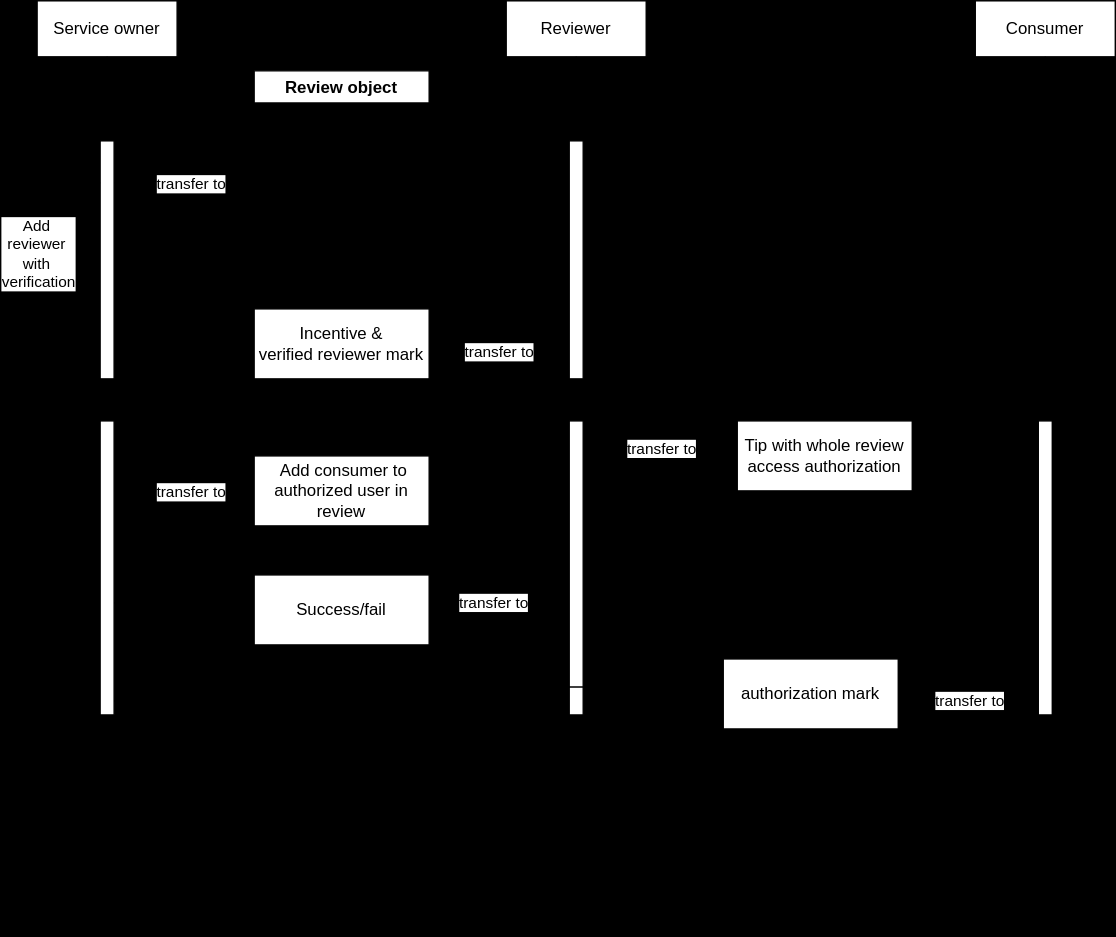
Before: Seq Diagram-none use escrow.drawio.svg, a diagram exported from draw.io (devan-ko/rating_poc). Source tidied: cells renumbered, new cells last; positions are measured from the earlier drawing's top-left corner, leaving out a move shared by most shapes.
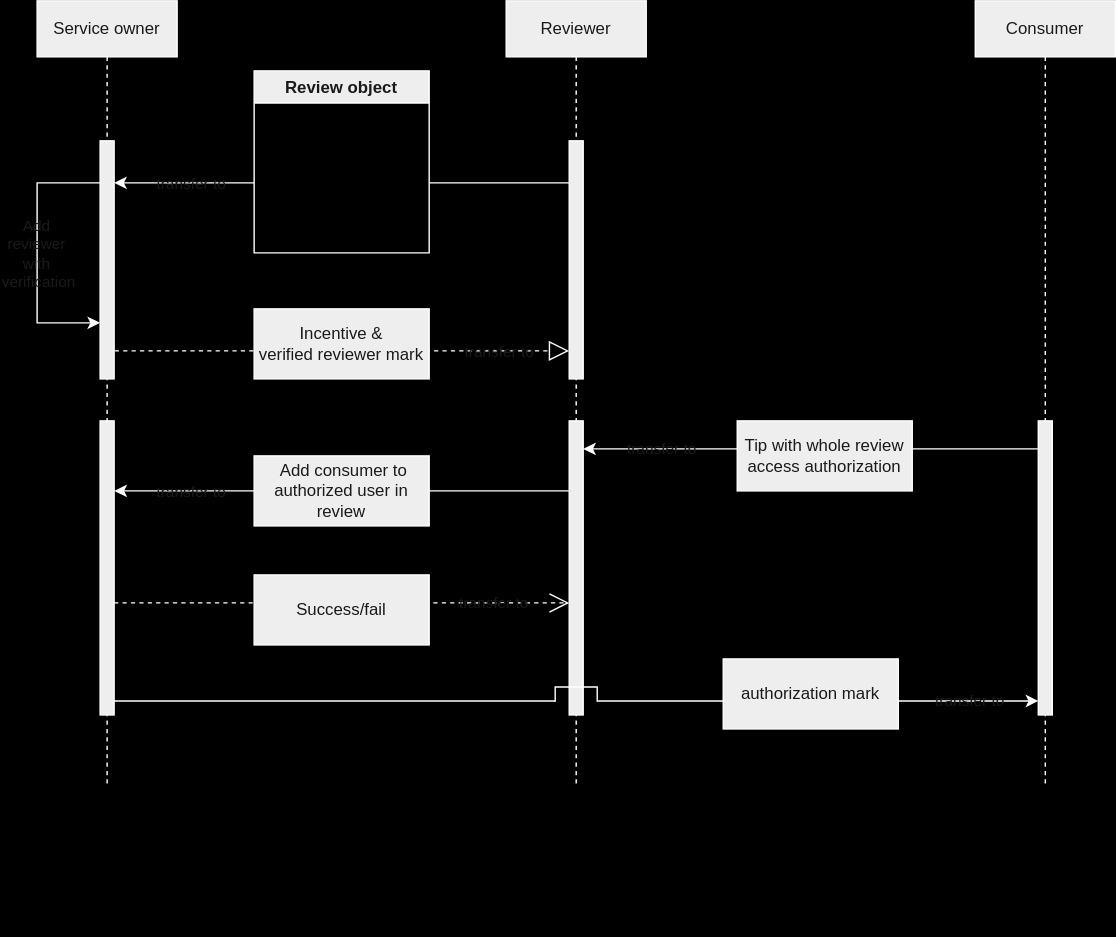
After the change.

Diff of the diagram source:
```diff
@@ -2,93 +2,93 @@
   <root>
     <mxCell id="0" />
     <mxCell id="1" parent="0" />
-    <mxCell id="2" style="endArrow=block;dashed=1;endFill=0;endSize=12;html=1;rounded=0;jumpStyle=none;jumpSize=0;" parent="1" edge="1" source="3">
+    <mxCell id="2" style="endArrow=block;dashed=1;endFill=0;endSize=12;html=1;rounded=0;jumpStyle=none;jumpSize=0;labelBackgroundColor=none;strokeColor=#FFFFFF;fontColor=default;" parent="1" edge="1" source="3">
       <mxGeometry relative="1" as="geometry">
         <mxPoint x="380" y="250" as="targetPoint" />
       </mxGeometry>
     </mxCell>
-    <mxCell id="3" value="Service owner" style="shape=umlLifeline;perimeter=lifelinePerimeter;whiteSpace=wrap;html=1;outlineConnect=0;portConstraint=eastwest;newEdgeStyle={&quot;edgeStyle&quot;:&quot;elbowEdgeStyle&quot;,&quot;elbow&quot;:&quot;vertical&quot;,&quot;curved&quot;:0,&quot;rounded&quot;:0};" parent="1" vertex="1">
+    <mxCell id="3" value="Service owner" style="shape=umlLifeline;perimeter=lifelinePerimeter;whiteSpace=wrap;html=1;outlineConnect=0;portConstraint=eastwest;newEdgeStyle={&quot;edgeStyle&quot;:&quot;elbowEdgeStyle&quot;,&quot;elbow&quot;:&quot;vertical&quot;,&quot;curved&quot;:0,&quot;rounded&quot;:0};labelBackgroundColor=none;fillColor=#EEEEEE;strokeColor=#FFFFFF;fontColor=#1A1A1A;" parent="1" vertex="1">
       <mxGeometry width="100" height="560" as="geometry" />
     </mxCell>
-    <mxCell id="4" style="html=1;points=[[0,0,0,0,5],[0,1,0,0,-5],[1,0,0,0,5],[1,1,0,0,-5]];perimeter=orthogonalPerimeter;outlineConnect=0;targetShapes=umlLifeline;portConstraint=eastwest;newEdgeStyle={&quot;curved&quot;:0,&quot;rounded&quot;:0};" parent="3" vertex="1">
+    <mxCell id="4" style="html=1;points=[[0,0,0,0,5],[0,1,0,0,-5],[1,0,0,0,5],[1,1,0,0,-5]];perimeter=orthogonalPerimeter;outlineConnect=0;targetShapes=umlLifeline;portConstraint=eastwest;newEdgeStyle={&quot;curved&quot;:0,&quot;rounded&quot;:0};labelBackgroundColor=none;fillColor=#EEEEEE;strokeColor=#FFFFFF;fontColor=#1A1A1A;" parent="3" vertex="1">
       <mxGeometry x="45" y="100" width="10" height="170" as="geometry" />
     </mxCell>
-    <mxCell id="5" style="html=1;perimeter=orthogonalPerimeter;targetShapes=umlLifeline;newEdgeStyle={&quot;curved&quot;:0,&quot;rounded&quot;:0};" parent="3" vertex="1">
+    <mxCell id="5" style="html=1;perimeter=orthogonalPerimeter;targetShapes=umlLifeline;newEdgeStyle={&quot;curved&quot;:0,&quot;rounded&quot;:0};labelBackgroundColor=none;fillColor=#EEEEEE;strokeColor=#FFFFFF;fontColor=#1A1A1A;" parent="3" vertex="1">
       <mxGeometry x="45" y="300" width="10" height="210" as="geometry" />
     </mxCell>
-    <mxCell id="6" value="Consumer" style="shape=umlLifeline;perimeter=lifelinePerimeter;whiteSpace=wrap;html=1;newEdgeStyle={&quot;edgeStyle&quot;:&quot;elbowEdgeStyle&quot;,&quot;elbow&quot;:&quot;vertical&quot;,&quot;curved&quot;:0,&quot;rounded&quot;:0};" parent="1" vertex="1">
+    <mxCell id="6" value="Consumer" style="shape=umlLifeline;perimeter=lifelinePerimeter;whiteSpace=wrap;html=1;newEdgeStyle={&quot;edgeStyle&quot;:&quot;elbowEdgeStyle&quot;,&quot;elbow&quot;:&quot;vertical&quot;,&quot;curved&quot;:0,&quot;rounded&quot;:0};labelBackgroundColor=none;fillColor=#EEEEEE;strokeColor=#FFFFFF;fontColor=#1A1A1A;" parent="1" vertex="1">
       <mxGeometry x="670" width="100" height="560" as="geometry" />
     </mxCell>
-    <mxCell id="7" style="html=1;perimeter=orthogonalPerimeter;targetShapes=umlLifeline;newEdgeStyle={&quot;curved&quot;:0,&quot;rounded&quot;:0};" parent="6" vertex="1">
+    <mxCell id="7" style="html=1;perimeter=orthogonalPerimeter;targetShapes=umlLifeline;newEdgeStyle={&quot;curved&quot;:0,&quot;rounded&quot;:0};labelBackgroundColor=none;fillColor=#EEEEEE;strokeColor=#FFFFFF;fontColor=#1A1A1A;" parent="6" vertex="1">
       <mxGeometry x="45" y="300" width="10" height="210" as="geometry" />
     </mxCell>
-    <mxCell id="8" style="endArrow=none;html=1;rounded=0;jumpStyle=none;jumpSize=0;" parent="1" edge="1">
+    <mxCell id="8" style="endArrow=none;html=1;rounded=0;jumpStyle=none;jumpSize=0;labelBackgroundColor=none;strokeColor=#FFFFFF;fontColor=default;" parent="1" edge="1">
       <mxGeometry relative="1" as="geometry">
         <mxPoint x="280" y="130" as="sourcePoint" />
         <mxPoint x="380" y="130" as="targetPoint" />
       </mxGeometry>
     </mxCell>
-    <mxCell id="9" value="Review object" style="swimlane;whiteSpace=wrap;html=1;" parent="1" vertex="1">
+    <mxCell id="9" value="Review object" style="swimlane;whiteSpace=wrap;html=1;labelBackgroundColor=none;fillColor=#EEEEEE;strokeColor=#FFFFFF;fontColor=#1A1A1A;" parent="1" vertex="1">
       <mxGeometry x="155" y="50" width="125" height="130" as="geometry" />
     </mxCell>
-    <mxCell id="10" style="endArrow=classic;html=1;rounded=0;jumpStyle=none;jumpSize=0;" parent="9" edge="1" target="4">
+    <mxCell id="10" style="endArrow=classic;html=1;rounded=0;jumpStyle=none;jumpSize=0;labelBackgroundColor=none;strokeColor=#FFFFFF;fontColor=default;" parent="9" edge="1" target="4">
       <mxGeometry relative="1" as="geometry">
         <mxPoint y="80" as="sourcePoint" />
       </mxGeometry>
     </mxCell>
-    <mxCell id="11" value="transfer to" style="edgeLabel;html=1;align=center;verticalAlign=middle;" parent="10" vertex="1">
+    <mxCell id="11" value="transfer to" style="edgeLabel;html=1;align=center;verticalAlign=middle;labelBackgroundColor=none;fontColor=#1A1A1A;" parent="10" vertex="1">
       <mxGeometry x="0.11" y="3" relative="1" as="geometry">
         <mxPoint x="10" y="-3" as="offset" />
       </mxGeometry>
     </mxCell>
-    <mxCell id="12" value="Incentive &amp;amp;&lt;br&gt;verified reviewer mark" style="html=1;whiteSpace=wrap;" parent="1" vertex="1">
+    <mxCell id="12" value="Incentive &amp;amp;&lt;br&gt;verified reviewer mark" style="html=1;whiteSpace=wrap;labelBackgroundColor=none;fillColor=#EEEEEE;strokeColor=#FFFFFF;fontColor=#1A1A1A;" parent="1" vertex="1">
       <mxGeometry x="155" y="220" width="125" height="50" as="geometry" />
     </mxCell>
-    <mxCell id="13" style="endArrow=classic;html=1;rounded=0;jumpStyle=none;jumpSize=0;" parent="1" edge="1">
+    <mxCell id="13" style="endArrow=classic;html=1;rounded=0;jumpStyle=none;jumpSize=0;labelBackgroundColor=none;strokeColor=#FFFFFF;fontColor=default;" parent="1" edge="1">
       <mxGeometry relative="1" as="geometry">
         <mxPoint x="714.7" y="320" as="sourcePoint" />
         <mxPoint x="390" y="320" as="targetPoint" />
       </mxGeometry>
     </mxCell>
-    <mxCell id="14" style="endArrow=classic;html=1;rounded=0;jumpStyle=none;jumpSize=0;" parent="1" edge="1">
+    <mxCell id="14" style="endArrow=classic;html=1;rounded=0;jumpStyle=none;jumpSize=0;labelBackgroundColor=none;strokeColor=#FFFFFF;fontColor=default;" parent="1" edge="1">
       <mxGeometry relative="1" as="geometry">
         <mxPoint x="379.9" y="350" as="sourcePoint" />
         <mxPoint x="55.1" y="350" as="targetPoint" />
       </mxGeometry>
     </mxCell>
-    <mxCell id="15" style="endArrow=open;endSize=12;dashed=1;html=1;rounded=0;jumpStyle=none;jumpSize=0;" parent="1" edge="1">
+    <mxCell id="15" style="endArrow=open;endSize=12;dashed=1;html=1;rounded=0;jumpStyle=none;jumpSize=0;labelBackgroundColor=none;strokeColor=#FFFFFF;fontColor=default;" parent="1" edge="1">
       <mxGeometry relative="1" as="geometry">
         <mxPoint x="55" y="430" as="sourcePoint" />
         <mxPoint x="380" y="430" as="targetPoint" />
       </mxGeometry>
     </mxCell>
-    <mxCell id="16" style="endArrow=classic;html=1;rounded=0;jumpStyle=arc;jumpSize=30;" parent="1" edge="1">
+    <mxCell id="16" style="endArrow=classic;html=1;rounded=0;jumpStyle=arc;jumpSize=30;labelBackgroundColor=none;strokeColor=#FFFFFF;fontColor=default;" parent="1" edge="1">
       <mxGeometry relative="1" as="geometry">
         <mxPoint x="50" y="660" as="sourcePoint" />
         <mxPoint x="50" y="660" as="targetPoint" />
       </mxGeometry>
     </mxCell>
-    <mxCell id="17" value="Reviewer" style="shape=umlLifeline;perimeter=lifelinePerimeter;whiteSpace=wrap;html=1;newEdgeStyle={&quot;edgeStyle&quot;:&quot;elbowEdgeStyle&quot;,&quot;elbow&quot;:&quot;vertical&quot;,&quot;curved&quot;:0,&quot;rounded&quot;:0};strokeOpacity=100;" parent="1" vertex="1">
+    <mxCell id="17" value="Reviewer" style="shape=umlLifeline;perimeter=lifelinePerimeter;whiteSpace=wrap;html=1;newEdgeStyle={&quot;edgeStyle&quot;:&quot;elbowEdgeStyle&quot;,&quot;elbow&quot;:&quot;vertical&quot;,&quot;curved&quot;:0,&quot;rounded&quot;:0};strokeOpacity=100;labelBackgroundColor=none;fillColor=#EEEEEE;strokeColor=#FFFFFF;fontColor=#1A1A1A;" parent="1" vertex="1">
       <mxGeometry x="335" width="100" height="560" as="geometry" />
     </mxCell>
-    <mxCell id="18" style="html=1;perimeter=orthogonalPerimeter;targetShapes=umlLifeline;newEdgeStyle={&quot;curved&quot;:0,&quot;rounded&quot;:0};" parent="17" vertex="1">
+    <mxCell id="18" style="html=1;perimeter=orthogonalPerimeter;targetShapes=umlLifeline;newEdgeStyle={&quot;curved&quot;:0,&quot;rounded&quot;:0};labelBackgroundColor=none;fillColor=#EEEEEE;strokeColor=#FFFFFF;fontColor=#1A1A1A;" parent="17" vertex="1">
       <mxGeometry x="45" y="100" width="10" height="170" as="geometry" />
     </mxCell>
-    <mxCell id="19" style="html=1;perimeter=orthogonalPerimeter;targetShapes=umlLifeline;newEdgeStyle={&quot;curved&quot;:0,&quot;rounded&quot;:0};" parent="17" vertex="1">
+    <mxCell id="19" style="html=1;perimeter=orthogonalPerimeter;targetShapes=umlLifeline;newEdgeStyle={&quot;curved&quot;:0,&quot;rounded&quot;:0};labelBackgroundColor=none;fillColor=#EEEEEE;strokeColor=#FFFFFF;fontColor=#1A1A1A;" parent="17" vertex="1">
       <mxGeometry x="45" y="300" width="10" height="210" as="geometry" />
     </mxCell>
-    <mxCell id="20" value="transfer to" style="edgeLabel;html=1;align=center;verticalAlign=middle;" parent="1" vertex="1">
+    <mxCell id="20" value="transfer to" style="edgeLabel;html=1;align=center;verticalAlign=middle;labelBackgroundColor=none;fontColor=#1A1A1A;" parent="1" vertex="1">
       <mxGeometry x="330" y="250" as="geometry" />
     </mxCell>
-    <mxCell id="21" value="transfer to" style="edgeLabel;html=1;align=center;verticalAlign=middle;" parent="1" vertex="1">
+    <mxCell id="21" value="transfer to" style="edgeLabel;html=1;align=center;verticalAlign=middle;labelBackgroundColor=none;fontColor=#1A1A1A;" parent="1" vertex="1">
       <mxGeometry x="110" y="350" as="geometry" />
     </mxCell>
-    <mxCell id="22" value="transfer to" style="edgeLabel;html=1;align=center;verticalAlign=middle;" parent="1" vertex="1">
+    <mxCell id="22" value="transfer to" style="edgeLabel;html=1;align=center;verticalAlign=middle;labelBackgroundColor=none;fontColor=#1A1A1A;" parent="1" vertex="1">
       <mxGeometry x="130" y="360" as="geometry">
         <mxPoint x="316" y="-41" as="offset" />
       </mxGeometry>
     </mxCell>
-    <mxCell id="23" style="endArrow=classic;html=1;rounded=0;" parent="1" edge="1" target="4">
+    <mxCell id="23" style="endArrow=classic;html=1;rounded=0;labelBackgroundColor=none;strokeColor=#FFFFFF;fontColor=default;" parent="1" edge="1" target="4">
       <mxGeometry relative="1" as="geometry">
         <mxPoint x="45" y="130" as="sourcePoint" />
         <Array as="points">
@@ -104,45 +104,45 @@
         </Array>
       </mxGeometry>
     </mxCell>
-    <mxCell id="24" value="Add&amp;nbsp;&lt;br&gt;reviewer&amp;nbsp;&lt;br&gt;with&amp;nbsp;&lt;br&gt;verification" style="edgeLabel;html=1;align=center;verticalAlign=middle;" parent="23" vertex="1">
+    <mxCell id="24" value="Add&amp;nbsp;&lt;br&gt;reviewer&amp;nbsp;&lt;br&gt;with&amp;nbsp;&lt;br&gt;verification" style="edgeLabel;html=1;align=center;verticalAlign=middle;labelBackgroundColor=none;fontColor=#1A1A1A;" parent="23" vertex="1">
       <mxGeometry x="-0.3" y="1" relative="1" as="geometry">
         <mxPoint x="-1" y="29" as="offset" />
       </mxGeometry>
     </mxCell>
-    <mxCell id="25" value="Tip with whole review access authorization" style="html=1;whiteSpace=wrap;" parent="1" vertex="1">
+    <mxCell id="25" value="Tip with whole review access authorization" style="html=1;whiteSpace=wrap;labelBackgroundColor=none;fillColor=#EEEEEE;strokeColor=#FFFFFF;fontColor=#1A1A1A;" parent="1" vertex="1">
       <mxGeometry x="500" y="300" width="125" height="50" as="geometry" />
     </mxCell>
-    <mxCell id="26" value="&amp;nbsp;Add consumer to authorized user in review" style="html=1;whiteSpace=wrap;" parent="1" vertex="1">
+    <mxCell id="26" value="&amp;nbsp;Add consumer to authorized user in review" style="html=1;whiteSpace=wrap;labelBackgroundColor=none;fillColor=#EEEEEE;strokeColor=#FFFFFF;fontColor=#1A1A1A;" parent="1" vertex="1">
       <mxGeometry x="155" y="325" width="125" height="50" as="geometry" />
     </mxCell>
-    <mxCell id="27" value="transfer to" style="edgeLabel;html=1;align=center;verticalAlign=middle;" parent="1" vertex="1">
+    <mxCell id="27" value="transfer to" style="edgeLabel;html=1;align=center;verticalAlign=middle;labelBackgroundColor=none;fontColor=#1A1A1A;" parent="1" vertex="1">
       <mxGeometry x="10" y="470" as="geometry">
         <mxPoint x="316" y="-41" as="offset" />
       </mxGeometry>
     </mxCell>
-    <mxCell id="28" value="Success/fail" style="html=1;whiteSpace=wrap;" parent="1" vertex="1">
+    <mxCell id="28" value="Success/fail" style="html=1;whiteSpace=wrap;labelBackgroundColor=none;fillColor=#EEEEEE;strokeColor=#FFFFFF;fontColor=#1A1A1A;" parent="1" vertex="1">
       <mxGeometry x="155" y="410" width="125" height="50" as="geometry" />
     </mxCell>
-    <mxCell id="29" style="shape=partialRectangle;whiteSpace=wrap;html=1;bottom=1;right=1;left=1;top=0;fillColor=none;routingCenterX=-0.5;direction=west;" parent="1" vertex="1">
+    <mxCell id="29" style="shape=partialRectangle;whiteSpace=wrap;html=1;bottom=1;right=1;left=1;top=0;fillColor=none;routingCenterX=-0.5;direction=west;labelBackgroundColor=none;strokeColor=#FFFFFF;fontColor=#1A1A1A;" parent="1" vertex="1">
       <mxGeometry x="370" y="490" width="30" height="10" as="geometry" />
     </mxCell>
-    <mxCell id="30" style="endArrow=none;html=1;rounded=0;entryX=1;entryY=0;entryDx=0;entryDy=0;" parent="1" edge="1" target="29">
+    <mxCell id="30" style="endArrow=none;html=1;rounded=0;entryX=1;entryY=0;entryDx=0;entryDy=0;labelBackgroundColor=none;strokeColor=#FFFFFF;fontColor=default;" parent="1" edge="1" target="29">
       <mxGeometry relative="1" as="geometry">
         <mxPoint x="55" y="500" as="sourcePoint" />
       </mxGeometry>
     </mxCell>
-    <mxCell id="31" style="endArrow=classic;html=1;rounded=0;" parent="1" edge="1">
+    <mxCell id="31" style="endArrow=classic;html=1;rounded=0;labelBackgroundColor=none;strokeColor=#FFFFFF;fontColor=default;" parent="1" edge="1">
       <mxGeometry relative="1" as="geometry">
         <mxPoint x="400" y="500" as="sourcePoint" />
         <mxPoint x="715" y="500" as="targetPoint" />
       </mxGeometry>
     </mxCell>
-    <mxCell id="32" value="transfer to" style="edgeLabel;html=1;align=center;verticalAlign=middle;" parent="1" vertex="1">
+    <mxCell id="32" value="transfer to" style="edgeLabel;html=1;align=center;verticalAlign=middle;labelBackgroundColor=none;fontColor=#1A1A1A;" parent="1" vertex="1">
       <mxGeometry x="350" y="540" as="geometry">
         <mxPoint x="316" y="-41" as="offset" />
       </mxGeometry>
     </mxCell>
-    <mxCell id="33" value="authorization mark" style="html=1;whiteSpace=wrap;" parent="1" vertex="1">
+    <mxCell id="33" value="authorization mark" style="html=1;whiteSpace=wrap;labelBackgroundColor=none;fillColor=#EEEEEE;strokeColor=#FFFFFF;fontColor=#1A1A1A;" parent="1" vertex="1">
       <mxGeometry x="490" y="470" width="125" height="50" as="geometry" />
     </mxCell>
   </root>
```
